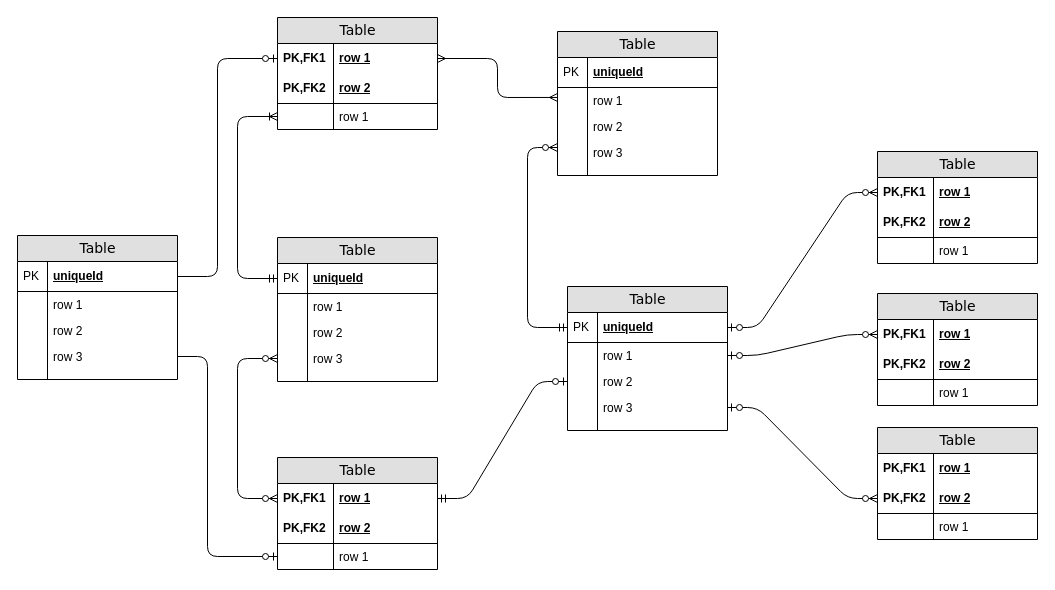
Before: extras/cheat sheets/Untitled Diagram.drawio in bluewhaledee/coding-interview-university, a draw.io diagram. Source tidied: cells renumbered, new cells numbered last; positions are measured from the earlier drawing's top-left corner, leaving out a move shared by most shapes. Both pictures are drawn from the tidied source at 100%, with x=0, y=0 at pixel (17, 17).
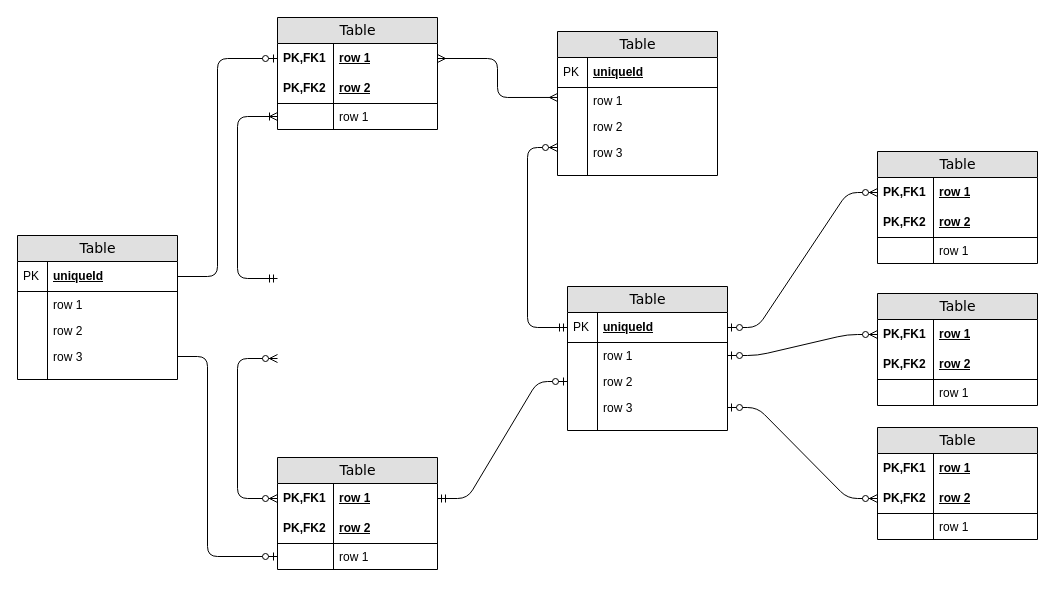
The same diagram, later.

The change refers to these unchanged cells:
```xml
<mxCell id="7" value="row 1" style="shape=partialRectangle;top=0;left=0;right=0;bottom=0;html=1;align=left;verticalAlign=top;fillColor=none;spacingLeft=60;spacingRight=4;whiteSpace=wrap;overflow=hidden;points=[[0,0.5],[1,0.5]];portConstraint=eastwest;" parent="2" vertex="1">
  <mxGeometry y="86" width="160" height="26" as="geometry" />
</mxCell>
<mxCell id="50" value="row 1" style="shape=partialRectangle;top=0;left=0;right=0;bottom=0;html=1;align=left;verticalAlign=middle;fillColor=none;spacingLeft=60;spacingRight=4;whiteSpace=wrap;overflow=hidden;points=[[0,0.5],[1,0.5]];portConstraint=eastwest;fontStyle=5;" parent="49" vertex="1">
  <mxGeometry y="26" width="160" height="30" as="geometry" />
</mxCell>
```

What changed in the source:
```diff
@@
-    <mxCell id="20" value="Table" style="swimlane;html=1;fontStyle=0;horizontal=1;startSize=26;fillColor=#e0e0e0;swimlaneFillColor=#ffffff;align=center;rounded=0;shadow=0;comic=0;labelBackgroundColor=none;strokeWidth=1;fontFamily=Verdana;fontSize=14;" parent="1" vertex="1">
-      <mxGeometry x="260" y="220" width="160" height="144" as="geometry" />
-    </mxCell>
-    <mxCell id="21" value="uniqueId" style="shape=partialRectangle;top=0;left=0;right=0;bottom=1;html=1;align=left;verticalAlign=middle;fillColor=none;spacingLeft=34;spacingRight=4;whiteSpace=wrap;overflow=hidden;points=[[0,0.5],[1,0.5]];portConstraint=eastwest;fontStyle=5;" parent="20" vertex="1">
-      <mxGeometry y="26" width="160" height="30" as="geometry" />
-    </mxCell>
-    <mxCell id="22" value="PK" style="shape=partialRectangle;top=0;left=0;bottom=0;html=1;fillColor=none;align=left;verticalAlign=middle;spacingLeft=4;spacingRight=4;whiteSpace=wrap;overflow=hidden;" parent="21" vertex="1">
-      <mxGeometry width="30" height="30" as="geometry" />
-    </mxCell>
-    <mxCell id="23" value="row 1" style="shape=partialRectangle;top=0;left=0;right=0;bottom=0;html=1;align=left;verticalAlign=top;fillColor=none;spacingLeft=34;spacingRight=4;whiteSpace=wrap;overflow=hidden;" parent="20" vertex="1">
-      <mxGeometry y="56" width="160" height="26" as="geometry" />
-    </mxCell>
-    <mxCell id="24" style="shape=partialRectangle;top=0;left=0;bottom=0;html=1;fillColor=none;align=left;verticalAlign=top;spacingLeft=4;spacingRight=4;whiteSpace=wrap;overflow=hidden;" parent="23" vertex="1">
-      <mxGeometry width="30" height="26" as="geometry" />
-    </mxCell>
-    <mxCell id="25" value="row 2" style="shape=partialRectangle;top=0;left=0;right=0;bottom=0;html=1;align=left;verticalAlign=top;fillColor=none;spacingLeft=34;spacingRight=4;whiteSpace=wrap;overflow=hidden;" parent="20" vertex="1">
-      <mxGeometry y="82" width="160" height="26" as="geometry" />
-    </mxCell>
-    <mxCell id="26" style="shape=partialRectangle;top=0;left=0;bottom=0;html=1;fillColor=none;align=left;verticalAlign=top;spacingLeft=4;spacingRight=4;whiteSpace=wrap;overflow=hidden;" parent="25" vertex="1">
-      <mxGeometry width="30" height="26" as="geometry" />
-    </mxCell>
-    <mxCell id="27" value="row 3" style="shape=partialRectangle;top=0;left=0;right=0;bottom=0;html=1;align=left;verticalAlign=top;fillColor=none;spacingLeft=34;spacingRight=4;whiteSpace=wrap;overflow=hidden;points=[[0,0.5],[1,0.5]];portConstraint=eastwest;" parent="20" vertex="1">
-      <mxGeometry y="108" width="160" height="26" as="geometry" />
-    </mxCell>
-    <mxCell id="28" style="shape=partialRectangle;top=0;left=0;bottom=0;html=1;fillColor=none;align=left;verticalAlign=top;spacingLeft=4;spacingRight=4;whiteSpace=wrap;overflow=hidden;" parent="27" vertex="1">
-      <mxGeometry width="30" height="26" as="geometry" />
-    </mxCell>
-    <mxCell id="29" style="shape=partialRectangle;top=0;left=0;right=0;bottom=0;html=1;align=left;verticalAlign=top;fillColor=none;spacingLeft=34;spacingRight=4;whiteSpace=wrap;overflow=hidden;" parent="20" vertex="1">
-      <mxGeometry y="134" width="160" height="10" as="geometry" />
-    </mxCell>
-    <mxCell id="30" style="shape=partialRectangle;top=0;left=0;bottom=0;html=1;fillColor=none;align=left;verticalAlign=top;spacingLeft=4;spacingRight=4;whiteSpace=wrap;overflow=hidden;" parent="29" vertex="1">
-      <mxGeometry width="30" height="10" as="geometry" />
-    </mxCell>
@@
-    <mxCell id="56" style="edgeStyle=orthogonalEdgeStyle;html=1;endArrow=ERoneToMany;startArrow=ERmandOne;labelBackgroundColor=none;fontFamily=Verdana;fontSize=14;entryX=0;entryY=0.5;exitX=0;exitY=0.5;" parent="1" edge="1" source="21" target="7">
+    <mxCell id="56" style="edgeStyle=orthogonalEdgeStyle;html=1;endArrow=ERoneToMany;startArrow=ERmandOne;labelBackgroundColor=none;fontFamily=Verdana;fontSize=14;entryX=0;entryY=0.5;exitX=0;exitY=0.5;" parent="1" edge="1" target="7">
       <mxGeometry relative="1" as="geometry">
+        <mxPoint x="260" y="261" as="sourcePoint" />
         <Array as="points">
           <mxPoint x="220" y="261" />
           <mxPoint x="220" y="99" />
         </Array>
       </mxGeometry>
     </mxCell>
-    <mxCell id="57" style="edgeStyle=orthogonalEdgeStyle;html=1;endArrow=ERzeroToMany;endFill=1;startArrow=ERzeroToMany;labelBackgroundColor=none;fontFamily=Verdana;fontSize=14;entryX=0;entryY=0.5;exitX=0;exitY=0.5;" parent="1" edge="1" source="50" target="27">
+    <mxCell id="57" style="edgeStyle=orthogonalEdgeStyle;html=1;endArrow=ERzeroToMany;endFill=1;startArrow=ERzeroToMany;labelBackgroundColor=none;fontFamily=Verdana;fontSize=14;entryX=0;entryY=0.5;exitX=0;exitY=0.5;" parent="1" edge="1" source="50">
       <mxGeometry relative="1" as="geometry">
+        <mxPoint x="260" y="341" as="targetPoint" />
         <Array as="points">
           <mxPoint x="220" y="481" />
           <mxPoint x="220" y="341" />
         </Array>
       </mxGeometry>
     </mxCell>
```
